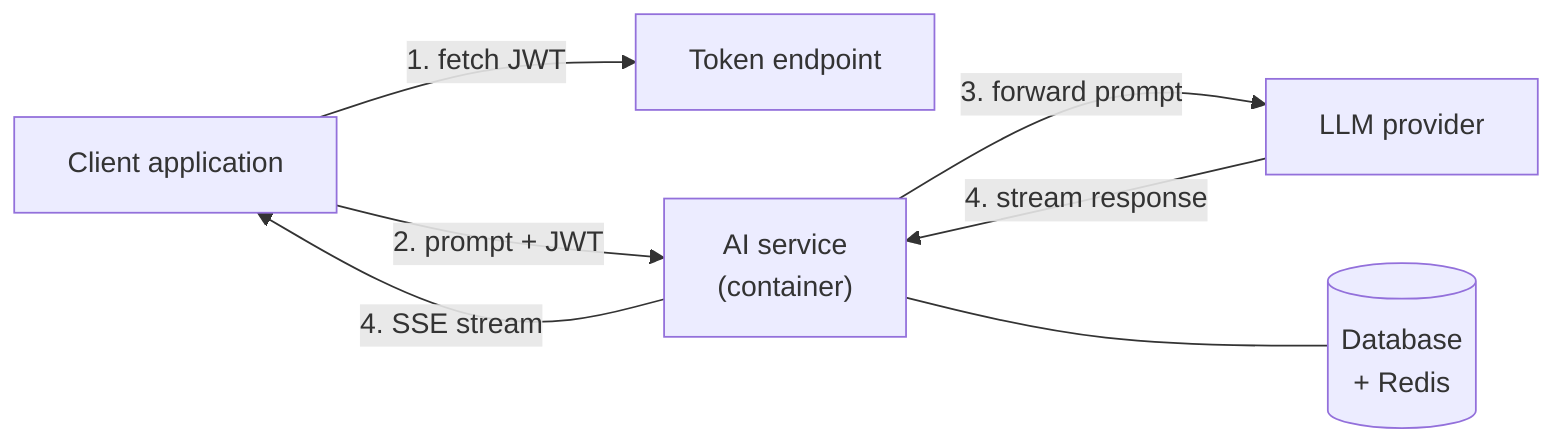
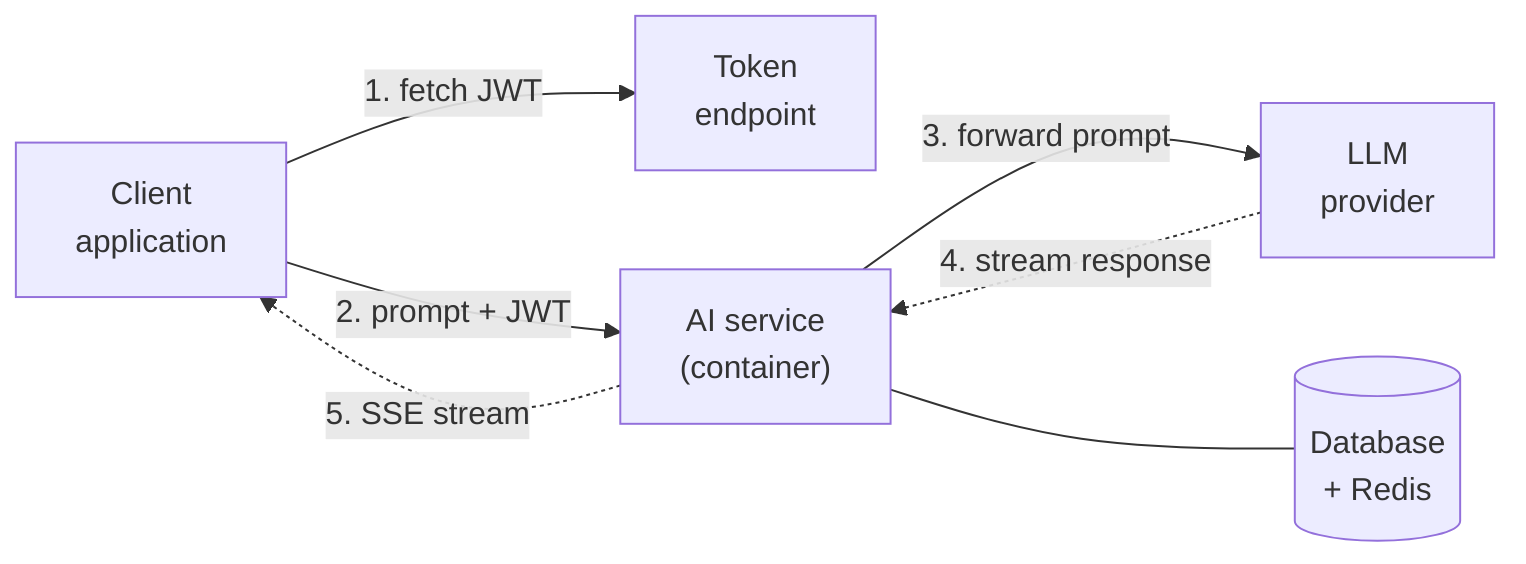
flowchart LR
-     Client["Client application"] -->|"1. fetch JWT"| Token["Token endpoint"]
+     Client["Client<br>application"]
+ 
+     Client -->|"1. fetch JWT"| Token["Token<br>endpoint"]
    Client -->|"2. prompt + JWT"| AI["AI service<br>(container)"]
-     AI -->|"3. forward prompt"| LLM["LLM provider"]
-     LLM -->|"4. stream response"| AI
-     AI -->|"4. SSE stream"| Client
+     AI -->|"3. forward prompt"| LLM["LLM<br>provider"]
    AI --- DB[("Database<br>+ Redis")]
+ 
+     LLM -.->|"4. stream response"| AI
+     AI -.->|"5. SSE stream"| Client
